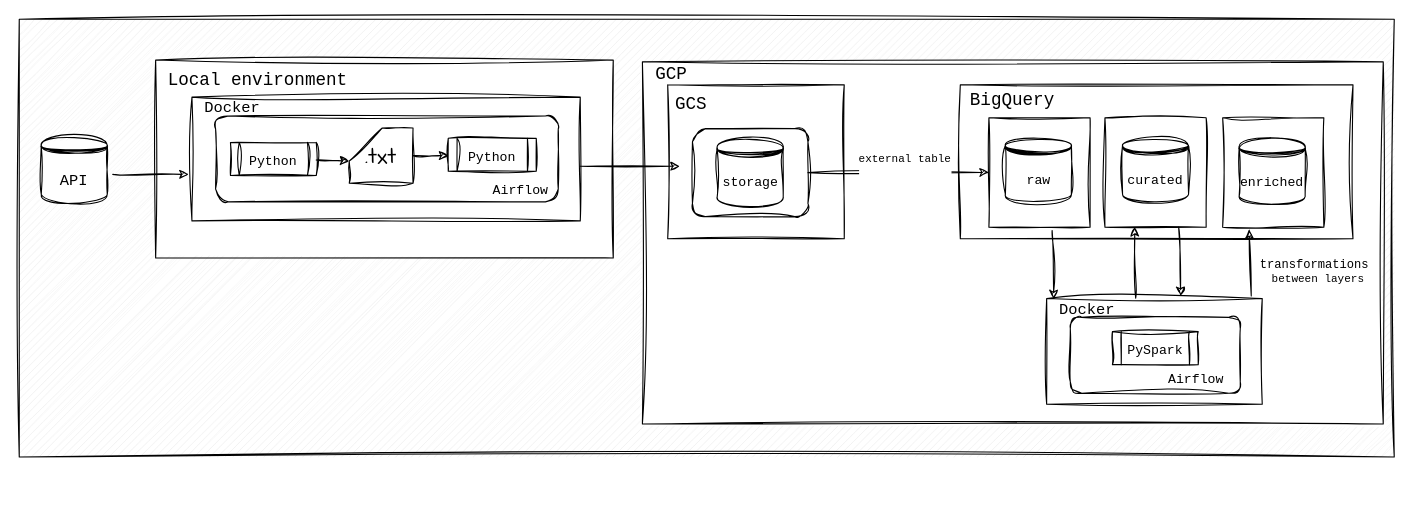
thaislba/open_brewery keeps this draw.io diagram as architecture.drawio. Above is the earlier version. Source tidied: cells renumbered, new cells numbered last; positions are measured from the earlier drawing's top-left corner, leaving out a move shared by most shapes. Both pictures are drawn from the tidied source at 110%, with x=0, y=0 at pixel (19, 19).
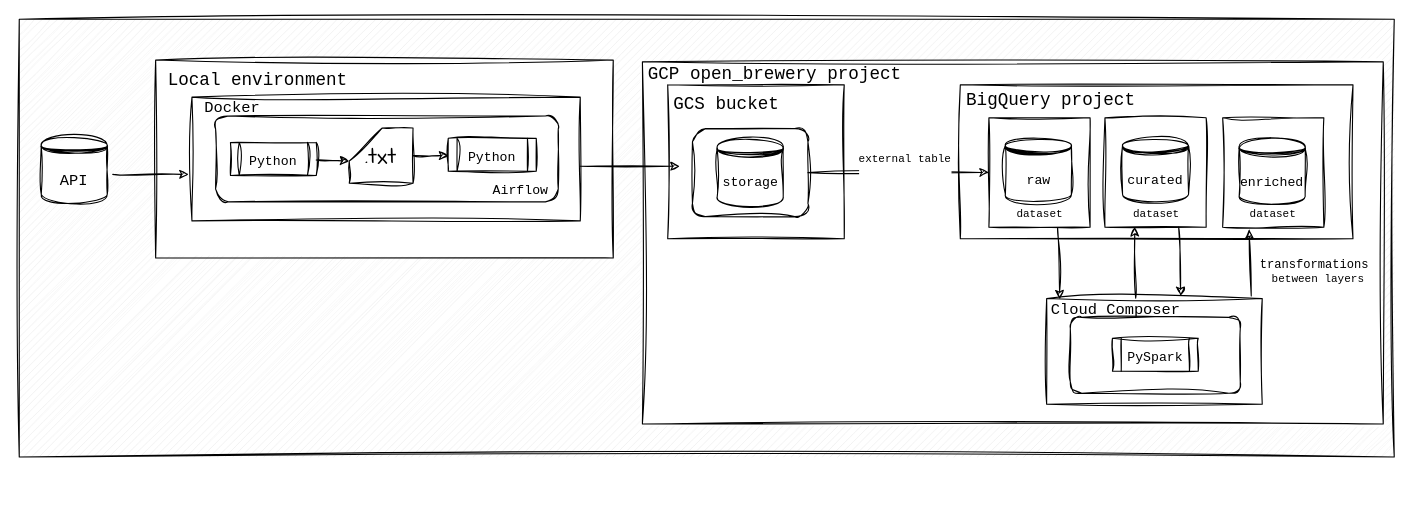
The same page after the edit.

The change refers to these unchanged cells:
```xml
<mxCell id="8" style="rounded=0;whiteSpace=wrap;html=1;sketch=1;curveFitting=1;jiggle=2;" parent="1" vertex="1">
  <mxGeometry x="881.5" y="89.6" width="92" height="99.5" as="geometry" />
</mxCell>
<mxCell id="34" style="rounded=0;whiteSpace=wrap;html=1;sketch=1;hachureGap=4;jiggle=2;curveFitting=1;fontFamily=Architects Daughter;fontSize=20;" parent="1" vertex="1">
  <mxGeometry x="934" y="253.8" width="196" height="96.2" as="geometry" />
</mxCell>
```

What changed in the source:
```diff
@@
-    <mxCell id="12" value="&lt;pre&gt;&lt;font style=&quot;font-size: 16px;&quot;&gt;BigQuery&lt;/font&gt;&lt;/pre&gt;" style="text;html=1;strokeColor=none;fillColor=none;align=center;verticalAlign=middle;whiteSpace=wrap;rounded=0;fontSize=20;fontFamily=Architects Daughter;" parent="1" vertex="1">
-      <mxGeometry x="872.5" y="57.1" width="60" height="30" as="geometry" />
+    <mxCell id="12" value="&lt;pre&gt;&lt;font style=&quot;font-size: 16px;&quot;&gt;BigQuery project&lt;/font&gt;&lt;/pre&gt;" style="text;html=1;strokeColor=none;fillColor=none;align=center;verticalAlign=middle;whiteSpace=wrap;rounded=0;fontSize=20;fontFamily=Architects Daughter;" parent="1" vertex="1">
+      <mxGeometry x="907.5" y="57.1" width="60" height="30" as="geometry" />
     </mxCell>
@@
-    <mxCell id="26" value="&lt;pre&gt;&lt;font style=&quot;font-size: 16px;&quot;&gt;GCS&lt;/font&gt;&lt;/pre&gt;" style="text;html=1;strokeColor=none;fillColor=none;align=center;verticalAlign=middle;whiteSpace=wrap;rounded=0;fontSize=20;fontFamily=Architects Daughter;" parent="1" vertex="1">
-      <mxGeometry x="580.5" y="60.9" width="60" height="30" as="geometry" />
+    <mxCell id="26" value="&lt;pre&gt;&lt;font style=&quot;font-size: 16px;&quot;&gt;GCS bucket&lt;/font&gt;&lt;/pre&gt;" style="text;html=1;strokeColor=none;fillColor=none;align=center;verticalAlign=middle;whiteSpace=wrap;rounded=0;fontSize=20;fontFamily=Architects Daughter;" parent="1" vertex="1">
+      <mxGeometry x="612.5" y="60.9" width="60" height="30" as="geometry" />
     </mxCell>
@@
-    <mxCell id="29" value="&lt;pre&gt;&lt;font style=&quot;font-size: 16px;&quot;&gt;GCP&lt;/font&gt;&lt;/pre&gt;" style="text;html=1;strokeColor=none;fillColor=none;align=center;verticalAlign=middle;whiteSpace=wrap;rounded=0;fontSize=20;fontFamily=Architects Daughter;" parent="1" vertex="1">
-      <mxGeometry x="562.5" y="34.4" width="60" height="30" as="geometry" />
+    <mxCell id="29" value="&lt;pre&gt;&lt;font style=&quot;font-size: 16px;&quot;&gt;GCP open_brewery project&lt;/font&gt;&lt;/pre&gt;" style="text;html=1;strokeColor=none;fillColor=none;align=center;verticalAlign=middle;whiteSpace=wrap;rounded=0;fontSize=20;fontFamily=Architects Daughter;" parent="1" vertex="1">
+      <mxGeometry x="656.5" y="34.4" width="60" height="30" as="geometry" />
     </mxCell>
@@
     <mxCell id="36" value="&lt;pre&gt;&lt;font style=&quot;font-size: 12px;&quot;&gt;PySpark&lt;/font&gt;&lt;/pre&gt;" style="shape=process;whiteSpace=wrap;html=1;backgroundOutline=1;sketch=1;hachureGap=4;jiggle=2;curveFitting=1;fontFamily=Architects Daughter;fontSize=20;" parent="1" vertex="1">
-      <mxGeometry x="993.8" y="284" width="78" height="30" as="geometry" />
+      <mxGeometry x="993.8" y="290" width="78" height="30" as="geometry" />
     </mxCell>
-    <mxCell id="37" value="&lt;pre&gt;&lt;font style=&quot;font-size: 14px;&quot;&gt;Docker&lt;/font&gt;&lt;/pre&gt;" style="text;html=1;strokeColor=none;fillColor=none;align=center;verticalAlign=middle;whiteSpace=wrap;rounded=0;fontSize=20;fontFamily=Architects Daughter;" parent="1" vertex="1">
-      <mxGeometry x="940.5" y="247" width="60" height="30" as="geometry" />
+    <mxCell id="37" value="&lt;pre&gt;&lt;font style=&quot;font-size: 14px;&quot;&gt;Cloud Composer&lt;/font&gt;&lt;/pre&gt;" style="text;html=1;strokeColor=none;fillColor=none;align=center;verticalAlign=middle;whiteSpace=wrap;rounded=0;fontSize=20;fontFamily=Architects Daughter;" parent="1" vertex="1">
+      <mxGeometry x="966.5" y="247" width="60" height="30" as="geometry" />
     </mxCell>
@@
-    <mxCell id="39" value="&lt;pre&gt;&lt;font style=&quot;font-size: 12px;&quot;&gt;Airflow&lt;/font&gt;&lt;/pre&gt;" style="text;html=1;strokeColor=none;fillColor=none;align=center;verticalAlign=middle;whiteSpace=wrap;rounded=0;fontSize=20;fontFamily=Architects Daughter;" parent="1" vertex="1">
-      <mxGeometry x="1040" y="310" width="60" height="30" as="geometry" />
-    </mxCell>
-    <mxCell id="40" style="endArrow=classic;html=1;rounded=0;sketch=1;hachureGap=4;jiggle=2;curveFitting=1;fontFamily=Architects Daughter;fontSize=16;exitX=0.625;exitY=1.029;exitDx=0;exitDy=0;entryX=0;entryY=0.25;entryDx=0;entryDy=0;exitPerimeter=0;" parent="1" edge="1" source="8" target="37">
+    <mxCell id="40" style="endArrow=classic;html=1;rounded=0;sketch=1;hachureGap=4;jiggle=2;curveFitting=1;fontFamily=Architects Daughter;fontSize=16;exitX=0.679;exitY=1.004;exitDx=0;exitDy=0;entryX=0.061;entryY=0.008;entryDx=0;entryDy=0;entryPerimeter=0;exitPerimeter=0;" parent="1" edge="1" source="8" target="34">
       <mxGeometry relative="1" as="geometry" />
     </mxCell>
@@
+    <mxCell id="45" value="&lt;pre&gt;&lt;font style=&quot;font-size: 10px;&quot;&gt;dataset&lt;/font&gt;&lt;/pre&gt;" style="text;html=1;strokeColor=none;fillColor=none;align=center;verticalAlign=middle;whiteSpace=wrap;rounded=0;fontSize=20;fontFamily=Architects Daughter;" parent="1" vertex="1">
+      <mxGeometry x="1004" y="159.1" width="60" height="30" as="geometry" />
+    </mxCell>
+    <mxCell id="46" value="&lt;pre&gt;&lt;font style=&quot;font-size: 10px;&quot;&gt;dataset&lt;/font&gt;&lt;/pre&gt;" style="text;html=1;strokeColor=none;fillColor=none;align=center;verticalAlign=middle;whiteSpace=wrap;rounded=0;fontSize=20;fontFamily=Architects Daughter;" parent="1" vertex="1">
+      <mxGeometry x="897.5" y="159.1" width="60" height="30" as="geometry" />
+    </mxCell>
+    <mxCell id="47" value="&lt;pre&gt;&lt;font style=&quot;font-size: 10px;&quot;&gt;dataset&lt;/font&gt;&lt;/pre&gt;" style="text;html=1;strokeColor=none;fillColor=none;align=center;verticalAlign=middle;whiteSpace=wrap;rounded=0;fontSize=20;fontFamily=Architects Daughter;" parent="1" vertex="1">
+      <mxGeometry x="1110" y="159.1" width="60" height="30" as="geometry" />
+    </mxCell>
```
